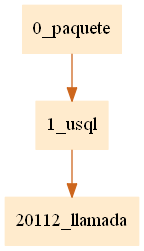
JamesMelgar/compi2javaccpr1 keeps this Graphviz diagram as pr1Compilarodores2/paquete.png. Above is the earlier version. Its source is kept beside it as pr1Compilarodores2/paquete.dot.
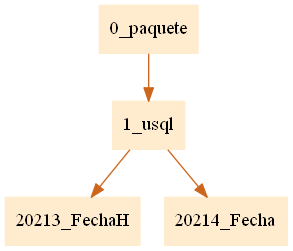
After the change.

Change to the diagram source:
```diff
@@ -1,5 +1,5 @@
 digraph G {node[shape=box, style=filled, color=blanchedalmond]; edge[color=chocolate3];rankdir=UD
 
-"0_paquete"->"1_usql""1_usql"->"20112_llamada"
+"0_paquete"->"1_usql""1_usql"->"20213_FechaH""1_usql"->"20214_Fecha"
 
 }
```
